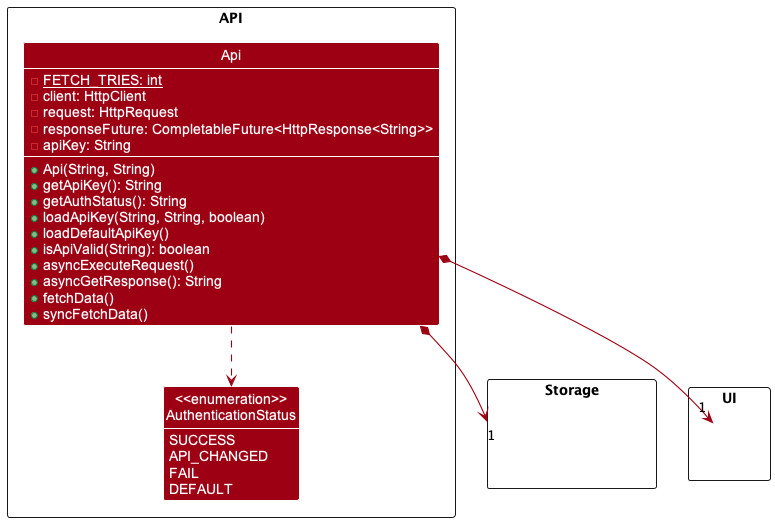
Earlier version of the PlantUML export docs/images/ApiClassDiagram.png (nus-cs2113-AY2223S1/tp).
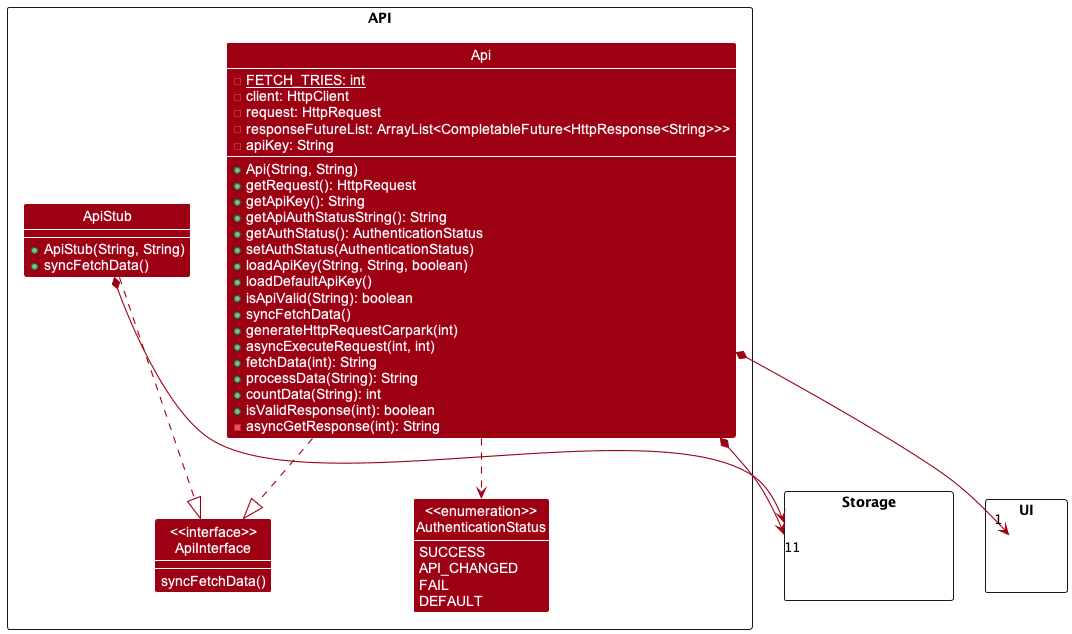
Above is the later version.

Commit message:
Update API Class Diagram

Change to the diagram source:
```diff
@@ -15,23 +15,38 @@
 }
 
 package API <<Rectangle>> {
+Class "<<interface>>\nApiInterface" as ApiInterface {
+    syncFetchData()
+}
 Class Api {
     -<u>FETCH_TRIES: int
     -client: HttpClient
     -request: HttpRequest
-    -responseFuture: CompletableFuture<HttpResponse<String>>
+    -responseFutureList: ArrayList<CompletableFuture<HttpResponse<String>>>
     -apiKey: String
     +Api(String, String)
+    +getRequest(): HttpRequest
     +getApiKey(): String
-    +getAuthStatus(): String
+    +getApiAuthStatusString(): String
+    +getAuthStatus(): AuthenticationStatus
+    +setAuthStatus(AuthenticationStatus)
     +loadApiKey(String, String, boolean)
     +loadDefaultApiKey()
     +isApiValid(String): boolean
-    +asyncExecuteRequest()
-    +asyncGetResponse(): String
-    +fetchData()
     +syncFetchData()
+    +generateHttpRequestCarpark(int)
+    +asyncExecuteRequest(int, int)
+    +fetchData(int): String
+    +processData(String): String
+    +countData(String): int
+    +isValidResponse(int): boolean
+    -asyncGetResponse(int): String
     }
+
+Class ApiStub {
+    +ApiStub(String, String)
+    +syncFetchData()
+}
 
 Class "<<enumeration>>\nAuthenticationStatus" as AuthenticationStatus
     {
@@ -42,9 +57,11 @@
     }
     hide empty methods
 }
-
+Api -[dashed]-|> ApiInterface
+ApiStub -[dashed]-|> ApiInterface
 Api -[dashed]-> AuthenticationStatus
 Api *-->"1" Storage
 Api *-->"1" Ui
+ApiStub *-->"1" Storage
 
 @enduml
```
